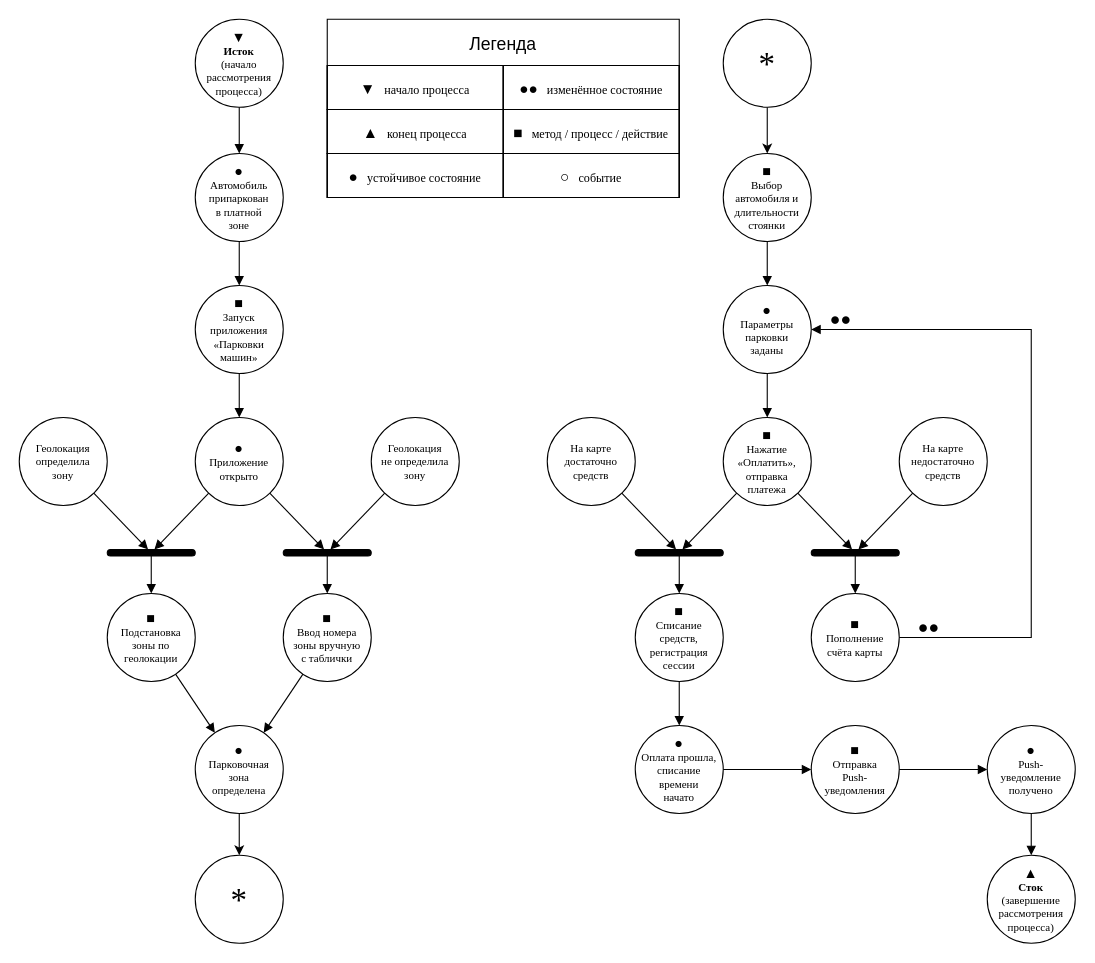
Before: Lab0/petri_full.drawio in ArtemKD-Miit-Labs/web-programming, a draw.io diagram. Source tidied: cells renumbered, new cells numbered last; positions are measured from the earlier drawing's top-left corner, leaving out a move shared by most shapes. Both pictures are drawn from the tidied source at 110%, with x=0, y=0 at pixel (19, 19).
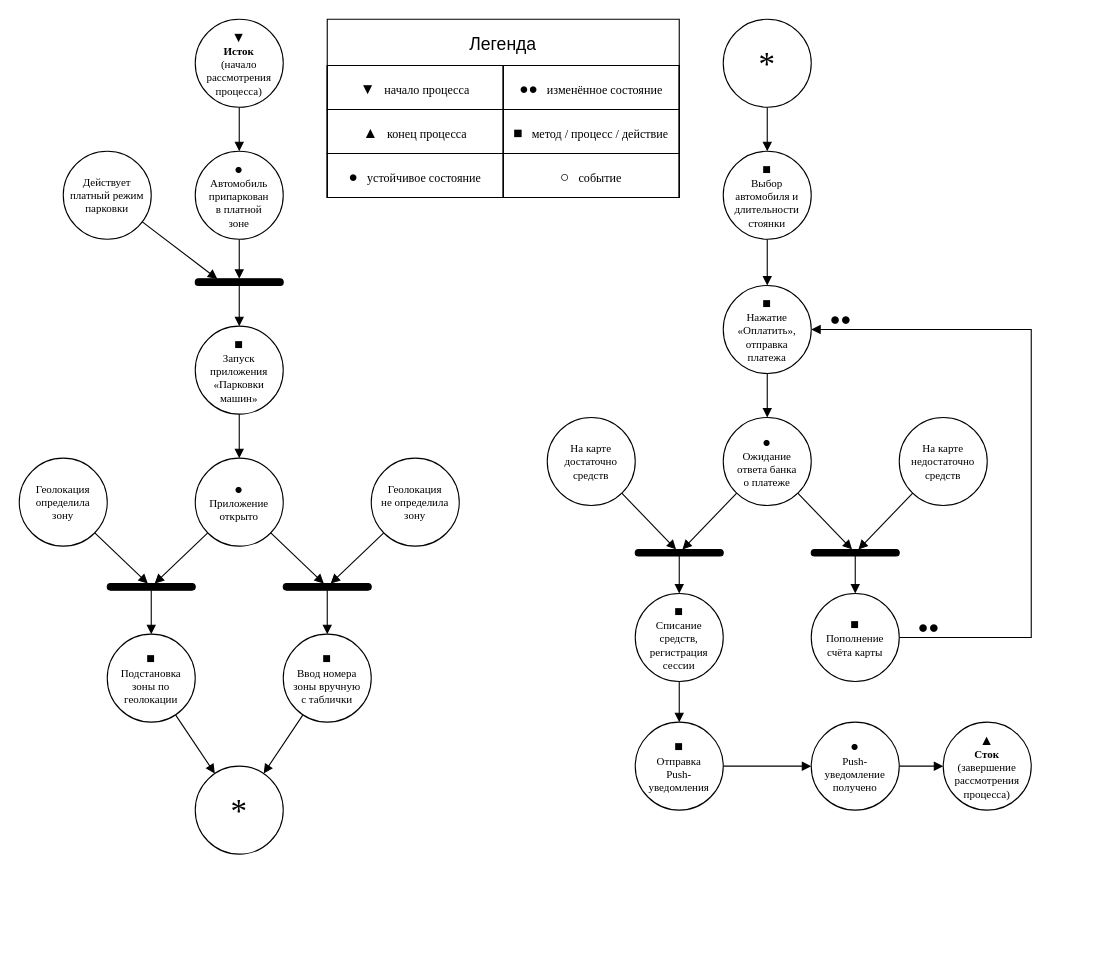
Above is the later version.

Commit message (it also covers changes not shown here):
Diagrams & report fixed

Unchanged cells that the change refers to:
```xml
<mxCell id="21" value="&lt;span style=&quot;font-size:13px&quot;&gt;■&lt;/span&gt;&lt;br&gt;Списание&lt;br&gt;средств,&lt;br&gt;регистрация&lt;br&gt;сессии" style="fontFamily=Times New Roman;html=1;whiteSpace=wrap;ellipse;fontSize=10;spacing=2;" parent="1" vertex="1">
  <mxGeometry x="560" y="522" width="80" height="80" as="geometry" />
</mxCell>
<mxCell id="55" value="&lt;font style=&quot;font-size: 30px;&quot;&gt;*&lt;/font&gt;" style="fontFamily=Times New Roman;html=1;whiteSpace=wrap;ellipse;fontSize=10;spacing=2;" parent="1" vertex="1">
  <mxGeometry x="640" width="80" height="80" as="geometry" />
</mxCell>
```

What changed in the source:
```diff
@@
+    <mxCell id="66" style="edgeStyle=orthogonalEdgeStyle;rounded=0;jettySize=auto;html=1;entryX=0.5;entryY=0;entryDx=0;entryDy=0;endArrow=block;endFill=1;" parent="1" edge="1" source="3" target="72">
+      <mxGeometry relative="1" as="geometry" />
+    </mxCell>
     <mxCell id="3" value="&lt;span style=&quot;font-size:13px&quot;&gt;●&lt;/span&gt;&lt;br&gt;Автомобиль&lt;br&gt;припаркован&lt;br&gt;в платной&lt;div&gt;зоне&lt;/div&gt;" style="fontFamily=Times New Roman;html=1;whiteSpace=wrap;ellipse;fontSize=10;spacing=2;" parent="1" vertex="1">
-      <mxGeometry x="160" y="122" width="80" height="80" as="geometry" />
+      <mxGeometry x="160" y="120" width="80" height="80" as="geometry" />
     </mxCell>
     <mxCell id="4" value="&lt;span style=&quot;font-size:13px&quot;&gt;■&lt;/span&gt;&lt;br&gt;Запуск&lt;br&gt;приложения&lt;br&gt;«Парковки&lt;br&gt;машин»" style="fontFamily=Times New Roman;html=1;whiteSpace=wrap;ellipse;fontSize=10;spacing=2;" parent="1" vertex="1">
-      <mxGeometry x="160" y="242" width="80" height="80" as="geometry" />
+      <mxGeometry x="160" y="279" width="80" height="80" as="geometry" />
     </mxCell>
     <mxCell id="5" value="Геолокация&lt;br&gt;определила&lt;br&gt;зону" style="fontFamily=Times New Roman;html=1;whiteSpace=wrap;ellipse;fontSize=10;spacing=2;" parent="1" vertex="1">
-      <mxGeometry y="362" width="80" height="80" as="geometry" />
+      <mxGeometry y="399" width="80" height="80" as="geometry" />
     </mxCell>
     <mxCell id="6" value="&lt;span style=&quot;font-size:13px&quot;&gt;●&lt;/span&gt;&lt;br&gt;Приложение&lt;br&gt;открыто" style="fontFamily=Times New Roman;html=1;whiteSpace=wrap;ellipse;fontSize=10;spacing=2;" parent="1" vertex="1">
-      <mxGeometry x="160" y="362" width="80" height="80" as="geometry" />
+      <mxGeometry x="160" y="399" width="80" height="80" as="geometry" />
     </mxCell>
     <mxCell id="7" value="Геолокация&lt;br&gt;не определила&lt;br&gt;зону" style="fontFamily=Times New Roman;html=1;whiteSpace=wrap;ellipse;fontSize=10;spacing=2;" parent="1" vertex="1">
-      <mxGeometry x="320" y="362" width="80" height="80" as="geometry" />
+      <mxGeometry x="320" y="399" width="80" height="80" as="geometry" />
     </mxCell>
     <mxCell id="8" style="rounded=1;arcSize=50;fillColor=#000000;strokeColor=#000000;" parent="1" vertex="1">
-      <mxGeometry x="80" y="482" width="80" height="6" as="geometry" />
+      <mxGeometry x="80" y="513" width="80" height="6" as="geometry" />
     </mxCell>
     <mxCell id="9" style="rounded=1;arcSize=50;fillColor=#000000;strokeColor=#000000;" parent="1" vertex="1">
-      <mxGeometry x="240" y="482" width="80" height="6" as="geometry" />
+      <mxGeometry x="240" y="513" width="80" height="6" as="geometry" />
     </mxCell>
+    <mxCell id="67" style="rounded=0;jettySize=auto;html=1;endArrow=block;endFill=1;" parent="1" edge="1" source="10" target="53">
+      <mxGeometry relative="1" as="geometry" />
+    </mxCell>
     <mxCell id="10" value="&lt;span style=&quot;font-size:13px&quot;&gt;■&lt;/span&gt;&lt;br&gt;Подстановка&lt;br&gt;зоны по&lt;br&gt;геолокации" style="fontFamily=Times New Roman;html=1;whiteSpace=wrap;ellipse;fontSize=10;spacing=2;" parent="1" vertex="1">
-      <mxGeometry x="80" y="522" width="80" height="80" as="geometry" />
+      <mxGeometry x="80" y="559" width="80" height="80" as="geometry" />
     </mxCell>
+    <mxCell id="68" style="rounded=0;jettySize=auto;html=1;endArrow=block;endFill=1;" parent="1" edge="1" source="11" target="53">
+      <mxGeometry relative="1" as="geometry" />
+    </mxCell>
     <mxCell id="11" value="&lt;span style=&quot;font-size:13px&quot;&gt;■&lt;/span&gt;&lt;br&gt;Ввод номера&lt;br&gt;зоны вручную&lt;br&gt;с таблички" style="fontFamily=Times New Roman;html=1;whiteSpace=wrap;ellipse;fontSize=10;spacing=2;" parent="1" vertex="1">
-      <mxGeometry x="240" y="522" width="80" height="80" as="geometry" />
+      <mxGeometry x="240" y="559" width="80" height="80" as="geometry" />
     </mxCell>
-    <mxCell id="12" style="edgeStyle=orthogonalEdgeStyle;rounded=0;jettySize=auto;html=1;" parent="1" edge="1" source="13" target="53">
-      <mxGeometry relative="1" as="geometry" />
-    </mxCell>
-    <mxCell id="13" value="&lt;span style=&quot;font-size:13px&quot;&gt;●&lt;/span&gt;&lt;br&gt;Парковочная&lt;br&gt;зона&lt;br&gt;определена" style="fontFamily=Times New Roman;html=1;whiteSpace=wrap;ellipse;fontSize=10;spacing=2;" parent="1" vertex="1">
-      <mxGeometry x="160" y="642" width="80" height="80" as="geometry" />
-    </mxCell>
     <mxCell id="14" value="&lt;span style=&quot;font-size:13px&quot;&gt;■&lt;/span&gt;&lt;br&gt;Выбор&lt;br&gt;автомобиля и&lt;br&gt;длительности&lt;br&gt;стоянки" style="fontFamily=Times New Roman;html=1;whiteSpace=wrap;ellipse;fontSize=10;spacing=2;" parent="1" vertex="1">
-      <mxGeometry x="640" y="122" width="80" height="80" as="geometry" />
+      <mxGeometry x="640" y="120" width="80" height="80" as="geometry" />
     </mxCell>
-    <mxCell id="15" value="&lt;span style=&quot;font-size:13px&quot;&gt;●&lt;/span&gt;&lt;br&gt;Параметры&lt;br&gt;парковки&lt;br&gt;заданы" style="fontFamily=Times New Roman;html=1;whiteSpace=wrap;ellipse;fontSize=10;spacing=2;" parent="1" vertex="1">
+    <mxCell id="15" value="&lt;span style=&quot;font-size: 13px;&quot;&gt;■&lt;/span&gt;&lt;br&gt;Нажатие&lt;br&gt;«Оплатить»,&lt;br&gt;отправка&lt;br&gt;платежа" style="fontFamily=Times New Roman;html=1;whiteSpace=wrap;ellipse;fontSize=10;spacing=2;" parent="1" vertex="1">
       <mxGeometry x="640" y="242" width="80" height="80" as="geometry" />
     </mxCell>
-    <mxCell id="16" value="&lt;span style=&quot;font-size:13px&quot;&gt;■&lt;/span&gt;&lt;br&gt;Нажатие&lt;br&gt;«Оплатить»,&lt;br&gt;отправка&lt;br&gt;платежа" style="fontFamily=Times New Roman;html=1;whiteSpace=wrap;ellipse;fontSize=10;spacing=2;" parent="1" vertex="1">
+    <mxCell id="16" value="&lt;span style=&quot;font-size: 13px;&quot;&gt;●&lt;/span&gt;&lt;br&gt;Ожидание&lt;br&gt;ответа банка&lt;br&gt;о платеже" style="fontFamily=Times New Roman;html=1;whiteSpace=wrap;ellipse;fontSize=10;spacing=2;" parent="1" vertex="1">
       <mxGeometry x="640" y="362" width="80" height="80" as="geometry" />
     </mxCell>
@@
+    <mxCell id="69" style="edgeStyle=orthogonalEdgeStyle;rounded=0;jettySize=auto;html=1;endArrow=block;endFill=1;" parent="1" edge="1" source="21" target="24">
+      <mxGeometry x="0.12" relative="1" as="geometry" />
+    </mxCell>
@@
-    <mxCell id="23" value="&lt;span style=&quot;font-size:13px&quot;&gt;●&lt;/span&gt;&lt;br&gt;Оплата прошла,&lt;br&gt;списание&lt;br&gt;времени&lt;br&gt;начато" style="fontFamily=Times New Roman;html=1;whiteSpace=wrap;ellipse;fontSize=10;spacing=2;" parent="1" vertex="1">
-      <mxGeometry x="560" y="642" width="80" height="80" as="geometry" />
-    </mxCell>
     <mxCell id="24" value="&lt;span style=&quot;font-size:13px&quot;&gt;■&lt;/span&gt;&lt;br&gt;Отправка&lt;br&gt;Push-&lt;br&gt;уведомления" style="fontFamily=Times New Roman;html=1;whiteSpace=wrap;ellipse;fontSize=10;spacing=2;" parent="1" vertex="1">
-      <mxGeometry x="720" y="642" width="80" height="80" as="geometry" />
+      <mxGeometry x="560" y="639" width="80" height="80" as="geometry" />
     </mxCell>
     <mxCell id="25" value="&lt;span style=&quot;font-size:13px&quot;&gt;●&lt;/span&gt;&lt;br&gt;Push-&lt;br&gt;уведомление&lt;br&gt;получено" style="fontFamily=Times New Roman;html=1;whiteSpace=wrap;ellipse;fontSize=10;spacing=2;" parent="1" vertex="1">
-      <mxGeometry x="880" y="642" width="80" height="80" as="geometry" />
+      <mxGeometry x="720" y="639" width="80" height="80" as="geometry" />
     </mxCell>
     <mxCell id="26" value="&lt;span style=&quot;font-size:13px&quot;&gt;▲&lt;/span&gt;&lt;br&gt;&lt;b&gt;Сток&lt;/b&gt;&lt;br&gt;(завершение&lt;br&gt;рассмотрения&lt;br&gt;процесса)" style="fontFamily=Times New Roman;html=1;whiteSpace=wrap;ellipse;fontSize=10;spacing=2;" parent="1" vertex="1">
-      <mxGeometry x="880" y="760" width="80" height="80" as="geometry" />
+      <mxGeometry x="840" y="639" width="80" height="80" as="geometry" />
     </mxCell>
@@
-    <mxCell id="28" style="endArrow=block;endFill=1;html=1;rounded=0;endSize=6;" parent="1" edge="1" source="3" target="4">
-      <mxGeometry relative="1" as="geometry" />
-    </mxCell>
@@
-    <mxCell id="36" style="endArrow=block;endFill=1;html=1;rounded=0;endSize=6;" parent="1" edge="1" source="10" target="13">
-      <mxGeometry relative="1" as="geometry" />
-    </mxCell>
-    <mxCell id="37" style="endArrow=block;endFill=1;html=1;rounded=0;endSize=6;" parent="1" edge="1" source="11" target="13">
-      <mxGeometry relative="1" as="geometry" />
-    </mxCell>
@@
-    <mxCell id="46" style="endArrow=block;endFill=1;html=1;rounded=0;endSize=6;" parent="1" edge="1" source="21" target="23">
-      <mxGeometry relative="1" as="geometry" />
-    </mxCell>
-    <mxCell id="47" style="endArrow=block;endFill=1;html=1;rounded=0;endSize=6;" parent="1" edge="1" source="23" target="24">
-      <mxGeometry relative="1" as="geometry" />
-    </mxCell>
@@
     <mxCell id="53" value="&lt;font style=&quot;font-size: 30px;&quot;&gt;*&lt;/font&gt;" style="fontFamily=Times New Roman;html=1;whiteSpace=wrap;ellipse;fontSize=10;spacing=2;" parent="1" vertex="1">
-      <mxGeometry x="160" y="760" width="80" height="80" as="geometry" />
+      <mxGeometry x="160" y="679" width="80" height="80" as="geometry" />
     </mxCell>
-    <mxCell id="54" style="edgeStyle=orthogonalEdgeStyle;rounded=0;jettySize=auto;html=1;" parent="1" edge="1" source="55" target="14">
+    <mxCell id="54" style="edgeStyle=orthogonalEdgeStyle;rounded=0;jettySize=auto;html=1;endArrow=block;endFill=1;" parent="1" edge="1" source="55" target="14">
       <mxGeometry relative="1" as="geometry" />
     </mxCell>
@@
+    <mxCell id="70" value="Действует&lt;br&gt;платный режим&lt;br&gt;парковки" style="fontFamily=Times New Roman;html=1;whiteSpace=wrap;ellipse;fontSize=10;spacing=2;" parent="1" vertex="1">
+      <mxGeometry x="40" y="120" width="80" height="80" as="geometry" />
+    </mxCell>
+    <mxCell id="71" style="edgeStyle=orthogonalEdgeStyle;rounded=0;jettySize=auto;html=1;endArrow=block;endFill=1;" parent="1" edge="1" source="72" target="4">
+      <mxGeometry x="0.12" relative="1" as="geometry" />
+    </mxCell>
+    <mxCell id="72" style="rounded=1;arcSize=50;fillColor=#000000;strokeColor=#000000;" parent="1" vertex="1">
+      <mxGeometry x="160" y="236" width="80" height="6" as="geometry" />
+    </mxCell>
+    <mxCell id="73" style="rounded=0;jettySize=auto;html=1;entryX=0.25;entryY=0;entryDx=0;entryDy=0;endArrow=block;endFill=1;" parent="1" edge="1" source="70" target="72">
+      <mxGeometry relative="1" as="geometry" />
+    </mxCell>
```
